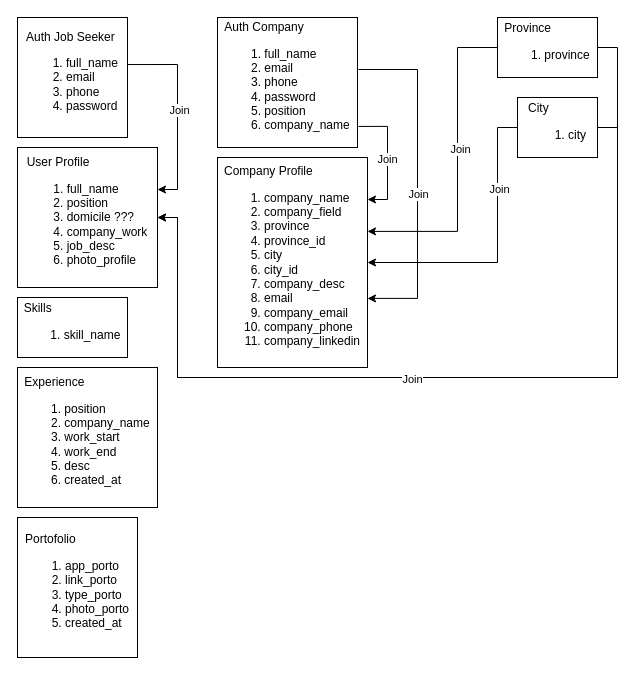
This is RawDatabaseDiagram.drawio from LKanugrahan/StorageTeamProjectBE, a draw.io file, before an edit. Source tidied: cells renumbered, new cells numbered last; positions are measured from the earlier drawing's top-left corner, leaving out a move shared by most shapes. Both pictures are drawn from the tidied source at 100%, with x=0, y=0 at pixel (17, 17).
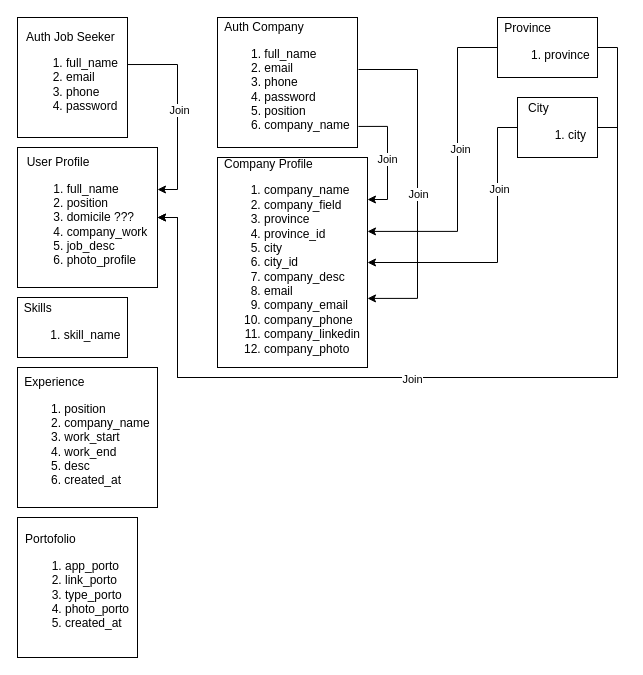
After the change.

Diff of the diagram source:
```diff
@@
-    <mxCell id="14" value="&lt;div style=&quot;text-align: left;&quot;&gt;Company Profile&lt;/div&gt;&lt;div style=&quot;text-align: left;&quot;&gt;&lt;ol&gt;&lt;li&gt;&lt;span style=&quot;background-color: initial;&quot;&gt;company_name&lt;/span&gt;&lt;/li&gt;&lt;li&gt;&lt;span style=&quot;background-color: initial;&quot;&gt;company_field&lt;/span&gt;&lt;/li&gt;&lt;li&gt;&lt;span style=&quot;background-color: initial;&quot;&gt;province&lt;/span&gt;&lt;/li&gt;&lt;li&gt;&lt;span style=&quot;background-color: initial;&quot;&gt;province_id&lt;/span&gt;&lt;/li&gt;&lt;li&gt;&lt;span style=&quot;background-color: initial;&quot;&gt;city&lt;/span&gt;&lt;/li&gt;&lt;li&gt;&lt;span style=&quot;background-color: initial;&quot;&gt;city_id&lt;/span&gt;&lt;/li&gt;&lt;li&gt;&lt;span style=&quot;background-color: initial;&quot;&gt;company_desc&lt;/span&gt;&lt;/li&gt;&lt;li&gt;email&lt;/li&gt;&lt;li&gt;company_email&lt;/li&gt;&lt;li&gt;company_phone&lt;/li&gt;&lt;li&gt;company_linkedin&lt;/li&gt;&lt;/ol&gt;&lt;/div&gt;&lt;div style=&quot;text-align: justify;&quot;&gt;&lt;/div&gt;" style="rounded=0;whiteSpace=wrap;html=1;" parent="1" vertex="1">
+    <mxCell id="14" value="&lt;div style=&quot;text-align: left;&quot;&gt;Company Profile&lt;/div&gt;&lt;div style=&quot;text-align: left;&quot;&gt;&lt;ol&gt;&lt;li&gt;&lt;span style=&quot;background-color: initial;&quot;&gt;company_name&lt;/span&gt;&lt;/li&gt;&lt;li&gt;&lt;span style=&quot;background-color: initial;&quot;&gt;company_field&lt;/span&gt;&lt;/li&gt;&lt;li&gt;&lt;span style=&quot;background-color: initial;&quot;&gt;province&lt;/span&gt;&lt;/li&gt;&lt;li&gt;&lt;span style=&quot;background-color: initial;&quot;&gt;province_id&lt;/span&gt;&lt;/li&gt;&lt;li&gt;&lt;span style=&quot;background-color: initial;&quot;&gt;city&lt;/span&gt;&lt;/li&gt;&lt;li&gt;&lt;span style=&quot;background-color: initial;&quot;&gt;city_id&lt;/span&gt;&lt;/li&gt;&lt;li&gt;&lt;span style=&quot;background-color: initial;&quot;&gt;company_desc&lt;/span&gt;&lt;/li&gt;&lt;li&gt;email&lt;/li&gt;&lt;li&gt;company_email&lt;/li&gt;&lt;li&gt;company_phone&lt;/li&gt;&lt;li&gt;company_linkedin&lt;/li&gt;&lt;li&gt;company_photo&lt;/li&gt;&lt;/ol&gt;&lt;/div&gt;&lt;div style=&quot;text-align: justify;&quot;&gt;&lt;/div&gt;" style="rounded=0;whiteSpace=wrap;html=1;" parent="1" vertex="1">
       <mxGeometry x="200" y="140" width="150" height="210" as="geometry" />
     </mxCell>
```
